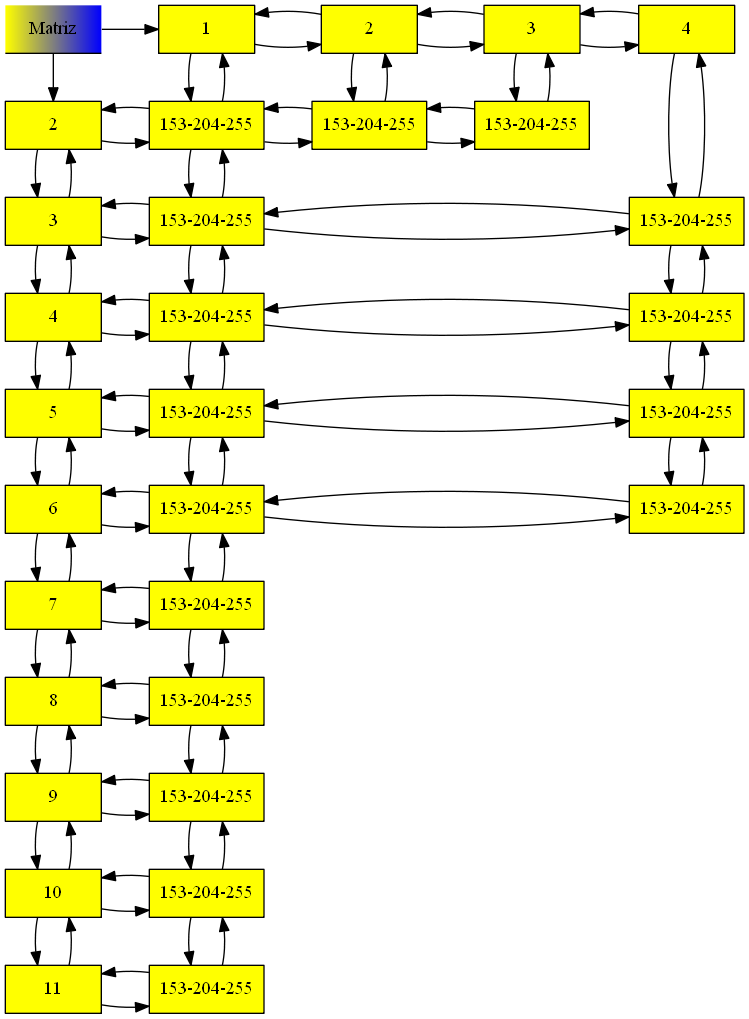
Above: capa0.png in Tiago-130414/EDD_2S2019_PY1_201313722 (Graphviz), before the change. Its source is kept beside it as capa0.dot.
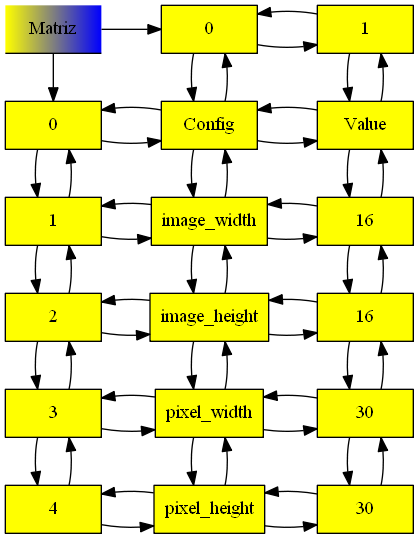
The same diagram one commit later.

What changed in the source:
```diff
@@ -3,148 +3,91 @@
 
 Matriz[width = 1.0 group = "Mt0",  style=filled,shape="underline",fillcolor="yellow:blue" label="Matriz"];
 
+F0[label="0"width = 1.0 style = filled,shape="rectangle", fillcolor = "yellow", group = Mt0] ;
+F1[label="1"width = 1.0 style = filled,shape="rectangle", fillcolor = "yellow", group = Mt0] ;
 F2[label="2"width = 1.0 style = filled,shape="rectangle", fillcolor = "yellow", group = Mt0] ;
 F3[label="3"width = 1.0 style = filled,shape="rectangle", fillcolor = "yellow", group = Mt0] ;
 F4[label="4"width = 1.0 style = filled,shape="rectangle", fillcolor = "yellow", group = Mt0] ;
-F5[label="5"width = 1.0 style = filled,shape="rectangle", fillcolor = "yellow", group = Mt0] ;
-F6[label="6"width = 1.0 style = filled,shape="rectangle", fillcolor = "yellow", group = Mt0] ;
-F7[label="7"width = 1.0 style = filled,shape="rectangle", fillcolor = "yellow", group = Mt0] ;
-F8[label="8"width = 1.0 style = filled,shape="rectangle", fillcolor = "yellow", group = Mt0] ;
-F9[label="9"width = 1.0 style = filled,shape="rectangle", fillcolor = "yellow", group = Mt0] ;
-F10[label="10"width = 1.0 style = filled,shape="rectangle", fillcolor = "yellow", group = Mt0] ;
-F11[label="11"width = 1.0 style = filled,shape="rectangle", fillcolor = "yellow", group = Mt0] ;
+F0->F1;
+F1->F0;
+F1->F2;
+F2->F1;
 F2->F3;
 F3->F2;
 F3->F4;
 F4->F3;
-F4->F5;
-F5->F4;
-F5->F6;
-F6->F5;
-F6->F7;
-F7->F6;
-F7->F8;
-F8->F7;
-F8->F9;
-F9->F8;
-F9->F10;
-F10->F9;
-F10->F11;
-F11->F10;
 
+C0[label="0"width = 1.0 style = filled,shape="rectangle", fillcolor = "yellow", group =0] ;
 C1[label="1"width = 1.0 style = filled,shape="rectangle", fillcolor = "yellow", group =1] ;
-C2[label="2"width = 1.0 style = filled,shape="rectangle", fillcolor = "yellow", group =2] ;
-C3[label="3"width = 1.0 style = filled,shape="rectangle", fillcolor = "yellow", group =3] ;
-C4[label="4"width = 1.0 style = filled,shape="rectangle", fillcolor = "yellow", group =4] ;
-C1->C2;
-C2->C1;
-C2->C3;
-C3->C2;
-C3->C4;
-C4->C3;
-{rank = same; Matriz;C1;C2;C3;C4}
-Matriz ->C1;
-Matriz ->F2;
+C0->C1;
+C1->C0;
+{rank = same; Matriz;C0;C1}
+Matriz ->C0;
+Matriz ->F0;
 
-21[label="153-204-255"width = 1.0 style = filled,shape="rectangle", fillcolor = "yellow", group =1] ;
-31[label="153-204-255"width = 1.0 style = filled,shape="rectangle", fillcolor = "yellow", group =1] ;
-41[label="153-204-255"width = 1.0 style = filled,shape="rectangle", fillcolor = "yellow", group =1] ;
-51[label="153-204-255"width = 1.0 style = filled,shape="rectangle", fillcolor = "yellow", group =1] ;
-61[label="153-204-255"width = 1.0 style = filled,shape="rectangle", fillcolor = "yellow", group =1] ;
-71[label="153-204-255"width = 1.0 style = filled,shape="rectangle", fillcolor = "yellow", group =1] ;
-81[label="153-204-255"width = 1.0 style = filled,shape="rectangle", fillcolor = "yellow", group =1] ;
-91[label="153-204-255"width = 1.0 style = filled,shape="rectangle", fillcolor = "yellow", group =1] ;
-101[label="153-204-255"width = 1.0 style = filled,shape="rectangle", fillcolor = "yellow", group =1] ;
-111[label="153-204-255"width = 1.0 style = filled,shape="rectangle", fillcolor = "yellow", group =1] ;
-F2->21[constraint = false];
-21->F2[constraint = false];
-F3->31[constraint = false];
-31->F3[constraint = false];
-F4->41[constraint = false];
-41->F4[constraint = false];
-F5->51[constraint = false];
-51->F5[constraint = false];
-F6->61[constraint = false];
-61->F6[constraint = false];
-F7->71[constraint = false];
-71->F7[constraint = false];
-F8->81[constraint = false];
-81->F8[constraint = false];
-F9->91[constraint = false];
-91->F9[constraint = false];
-F10->101[constraint = false];
-101->F10[constraint = false];
-F11->111[constraint = false];
-111->F11[constraint = false];
-22[label="153-204-255"width = 1.0 style = filled,shape="rectangle", fillcolor = "yellow", group =2] ;
-23[label="153-204-255"width = 1.0 style = filled,shape="rectangle", fillcolor = "yellow", group =3] ;
-34[label="153-204-255"width = 1.0 style = filled,shape="rectangle", fillcolor = "yellow", group =4] ;
-44[label="153-204-255"width = 1.0 style = filled,shape="rectangle", fillcolor = "yellow", group =4] ;
-54[label="153-204-255"width = 1.0 style = filled,shape="rectangle", fillcolor = "yellow", group =4] ;
-64[label="153-204-255"width = 1.0 style = filled,shape="rectangle", fillcolor = "yellow", group =4] ;
-21->22[constraint = false];
+00[label="Config"width = 1.0 style = filled,shape="rectangle", fillcolor = "yellow", group =0] ;
+10[label="image_width"width = 1.0 style = filled,shape="rectangle", fillcolor = "yellow", group =0] ;
+20[label="image_height"width = 1.0 style = filled,shape="rectangle", fillcolor = "yellow", group =0] ;
+30[label="pixel_width"width = 1.0 style = filled,shape="rectangle", fillcolor = "yellow", group =0] ;
+40[label="pixel_height"width = 1.0 style = filled,shape="rectangle", fillcolor = "yellow", group =0] ;
+F0->00[constraint = false];
+00->F0[constraint = false];
+F1->10[constraint = false];
+10->F1[constraint = false];
+F2->20[constraint = false];
+20->F2[constraint = false];
+F3->30[constraint = false];
+30->F3[constraint = false];
+F4->40[constraint = false];
+40->F4[constraint = false];
+01[label="Value"width = 1.0 style = filled,shape="rectangle", fillcolor = "yellow", group =1] ;
+11[label="16"width = 1.0 style = filled,shape="rectangle", fillcolor = "yellow", group =1] ;
+21[label="16"width = 1.0 style = filled,shape="rectangle", fillcolor = "yellow", group =1] ;
+31[label="30"width = 1.0 style = filled,shape="rectangle", fillcolor = "yellow", group =1] ;
+41[label="30"width = 1.0 style = filled,shape="rectangle", fillcolor = "yellow", group =1] ;
+00->01[constraint = false];
 
-22->21[constraint = false];
-22->23[constraint = false];
+01->00[constraint = false];
+10->11[constraint = false];
 
-23->22[constraint = false];
-31->34[constraint = false];
+11->10[constraint = false];
+20->21[constraint = false];
 
-34->31[constraint = false];
-41->44[constraint = false];
+21->20[constraint = false];
+30->31[constraint = false];
 
-44->41[constraint = false];
-51->54[constraint = false];
+31->30[constraint = false];
+40->41[constraint = false];
 
-54->51[constraint = false];
-61->64[constraint = false];
+41->40[constraint = false];
 
-64->61[constraint = false];
+{rank = same;F0;00;01;}
+{rank = same;F1;10;11;}
+{rank = same;F2;20;21;}
+{rank = same;F3;30;31;}
+{rank = same;F4;40;41;}
 
-{rank = same;F2;21;22;23;}
-{rank = same;F3;31;34;}
-{rank = same;F4;41;44;}
-{rank = same;F5;51;54;}
-{rank = same;F6;61;64;}
-{rank = same;F7;71;}
-{rank = same;F8;81;}
-{rank = same;F9;91;}
-{rank = same;F10;101;}
-{rank = same;F11;111;}
+C0->00;
+00->C0;
+C1->01;
+01->C1;
 
-C1->21;
-21->C1;
-C2->22;
-22->C2;
-C3->23;
-23->C3;
-C4->34;
-34->C4;
-
+00->10
+10->00[constraint = false];
+10->20
+20->10[constraint = false];
+20->30
+30->20[constraint = false];
+30->40
+40->30[constraint = false];
+01->11
+11->01[constraint = false];
+11->21
+21->11[constraint = false];
 21->31
 31->21[constraint = false];
 31->41
 41->31[constraint = false];
-41->51
-51->41[constraint = false];
-51->61
-61->51[constraint = false];
-61->71
-71->61[constraint = false];
-71->81
-81->71[constraint = false];
-81->91
-91->81[constraint = false];
-91->101
-101->91[constraint = false];
-101->111
-111->101[constraint = false];
-34->44
-44->34[constraint = false];
-44->54
-54->44[constraint = false];
-54->64
-64->54[constraint = false];
 
 
 
```
